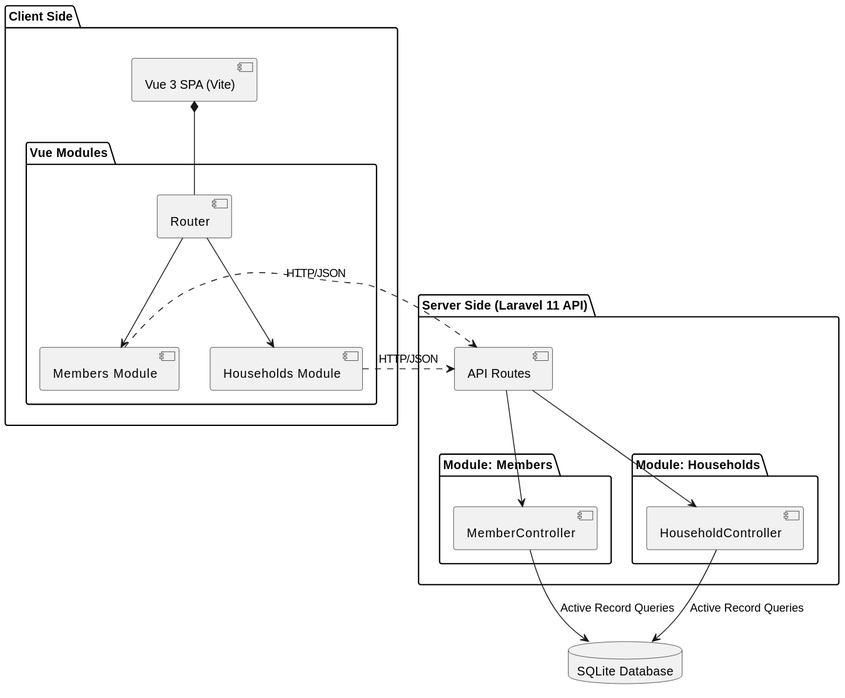
Earlier version of the PlantUML export Docs/Architecture/System-Architecture.svg (mirukibs/TKCC-V2). Source of this version:
```plantuml
@startuml
skinparam componentStyle uml2
skinparam handwritten false

package "Client Side" {
    [Vue 3 SPA (Vite)] as Frontend

    package "Vue Modules" {
        [Router]
        [Members Module]
        [Households Module]
    }

    Frontend *-- [Router]
    [Router] --> [Members Module]
    [Router] --> [Households Module]
}

package "Server Side (Laravel 11 API)" {

    package "Module: Members" {
        [MemberController]
    }

    package "Module: Households" {
        [HouseholdController]
    }

    [API Routes] --> [MemberController]
    [API Routes] --> [HouseholdController]
}

database "SQLite Database" as DB

[Members Module] .right.> [API Routes] : HTTP/JSON
[Households Module] .right.> [API Routes] : HTTP/JSON

[MemberController] --> DB : Active Record Queries
[HouseholdController] --> DB : Active Record Queries
@enduml
```
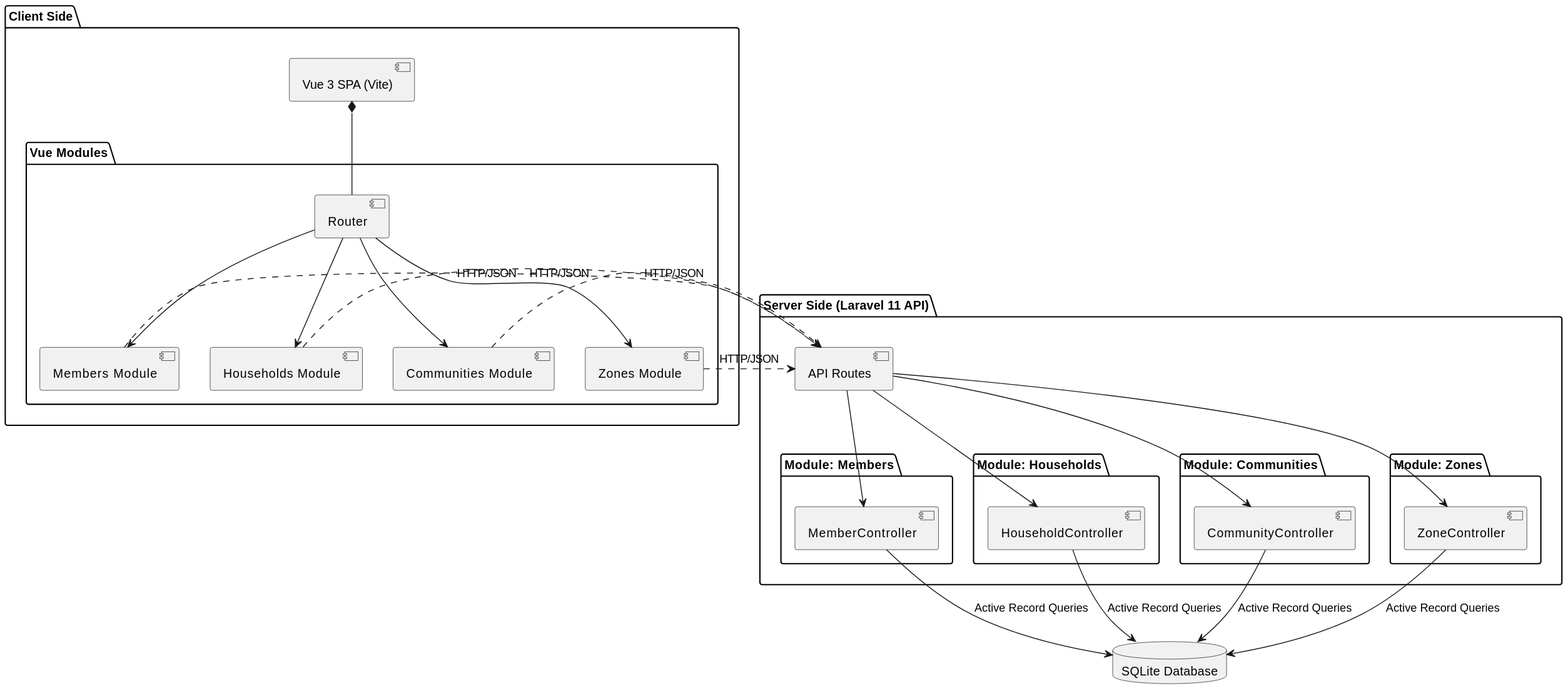
The same diagram one commit later.

What changed in the source:
```diff
@@ -9,11 +9,15 @@
         [Router]
         [Members Module]
         [Households Module]
+        [Communities Module]
+        [Zones Module]
     }
 
     Frontend *-- [Router]
     [Router] --> [Members Module]
     [Router] --> [Households Module]
+    [Router] --> [Communities Module]
+    [Router] --> [Zones Module]
 }
 
 package "Server Side (Laravel 11 API)" {
@@ -26,15 +30,29 @@
         [HouseholdController]
     }
 
+    package "Module: Communities" {
+        [CommunityController]
+    }
+
+    package "Module: Zones" {
+        [ZoneController]
+    }
+
     [API Routes] --> [MemberController]
     [API Routes] --> [HouseholdController]
+    [API Routes] --> [CommunityController]
+    [API Routes] --> [ZoneController]
 }
 
 database "SQLite Database" as DB
 
 [Members Module] .right.> [API Routes] : HTTP/JSON
 [Households Module] .right.> [API Routes] : HTTP/JSON
+[Communities Module] .right.> [API Routes] : HTTP/JSON
+[Zones Module] .right.> [API Routes] : HTTP/JSON
 
 [MemberController] --> DB : Active Record Queries
 [HouseholdController] --> DB : Active Record Queries
+[CommunityController] --> DB : Active Record Queries
+[ZoneController] --> DB : Active Record Queries
 @enduml
```
